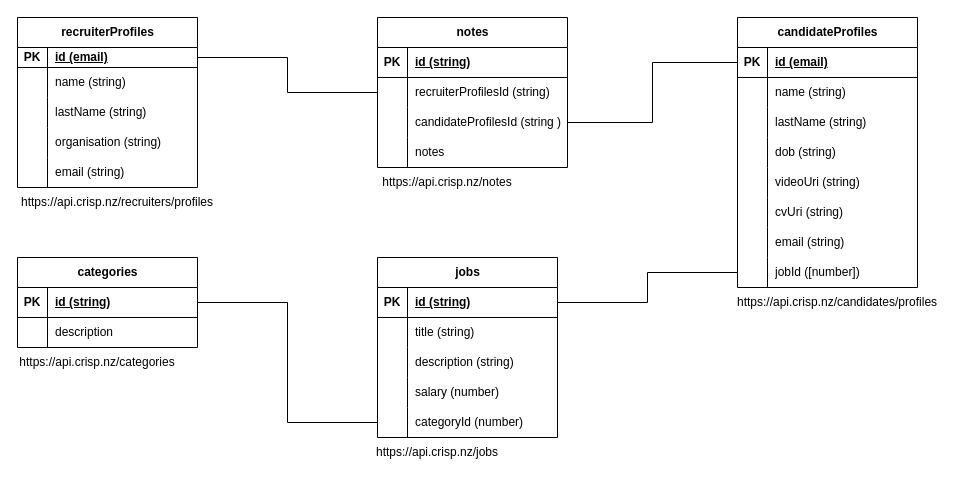
Earlier version of the draw.io diagram docs/high level design/erd.drawio (tommcamm/aut-crisp). Source tidied: cells renumbered, new cells numbered last; positions are measured from the earlier drawing's top-left corner, leaving out a move shared by most shapes. Both pictures are drawn from the tidied source at 100%, with x=0, y=0 at pixel (17, 17).
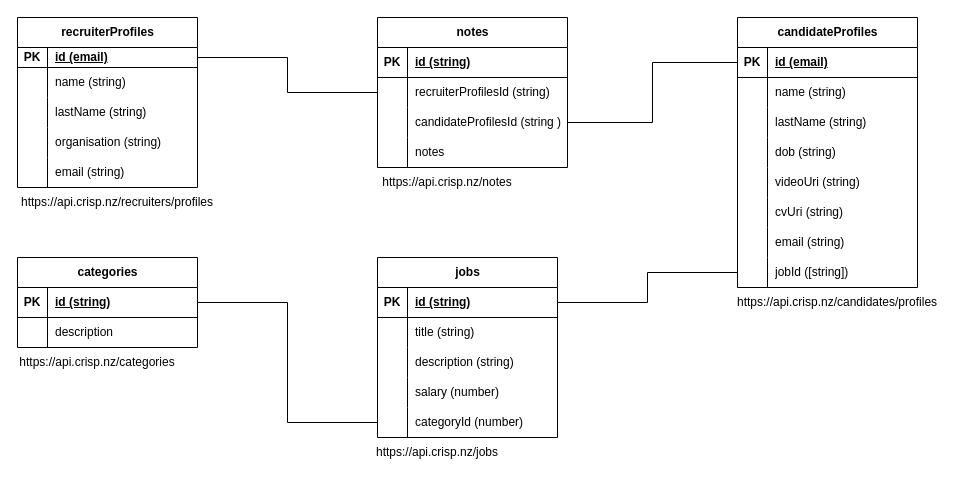
The same diagram, later.

Commit message (it also covers changes not shown here):
updated candidate profiles table, pi and lambda to support string (guid) ids

The change refers to these unchanged cells:
```xml
<mxCell id="57" style="shape=tableRow;horizontal=0;startSize=0;swimlaneHead=0;swimlaneBody=0;fillColor=none;points=[[0,0.5],[1,0.5]];portConstraint=eastwest;top=0;left=0;right=0;bottom=0;" parent="35" vertex="1">
  <mxGeometry y="240" width="180" height="30" as="geometry" />
</mxCell>
```

Change to the diagram source:
```diff
@@
-    <mxCell id="59" value="jobId ([number])" style="shape=partialRectangle;fillColor=none;top=0;left=0;bottom=0;right=0;align=left;spacingLeft=6;overflow=hidden;whiteSpace=wrap;html=1;" parent="57" vertex="1">
+    <mxCell id="59" value="jobId ([string])" style="shape=partialRectangle;fillColor=none;top=0;left=0;bottom=0;right=0;align=left;spacingLeft=6;overflow=hidden;whiteSpace=wrap;html=1;" parent="57" vertex="1">
       <mxGeometry x="30" width="150" height="30" as="geometry" />
     </mxCell>
```
